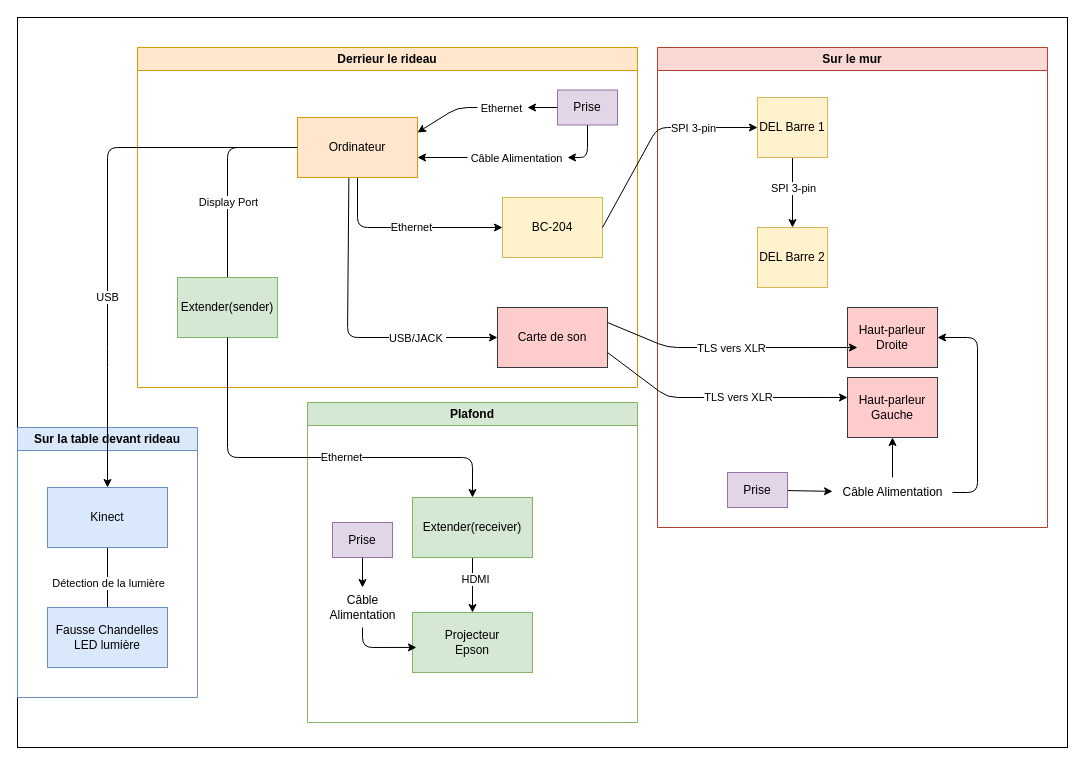
This is test.drawio from tim-montmorency/momo_modele-site-projet-etudiant_25-26, a draw.io file, before an edit. Source tidied: cells renumbered, new cells numbered last; positions are measured from the earlier drawing's top-left corner, leaving out a move shared by most shapes. Both pictures are drawn from the tidied source at 100%, with x=0, y=0 at pixel (17, 17).
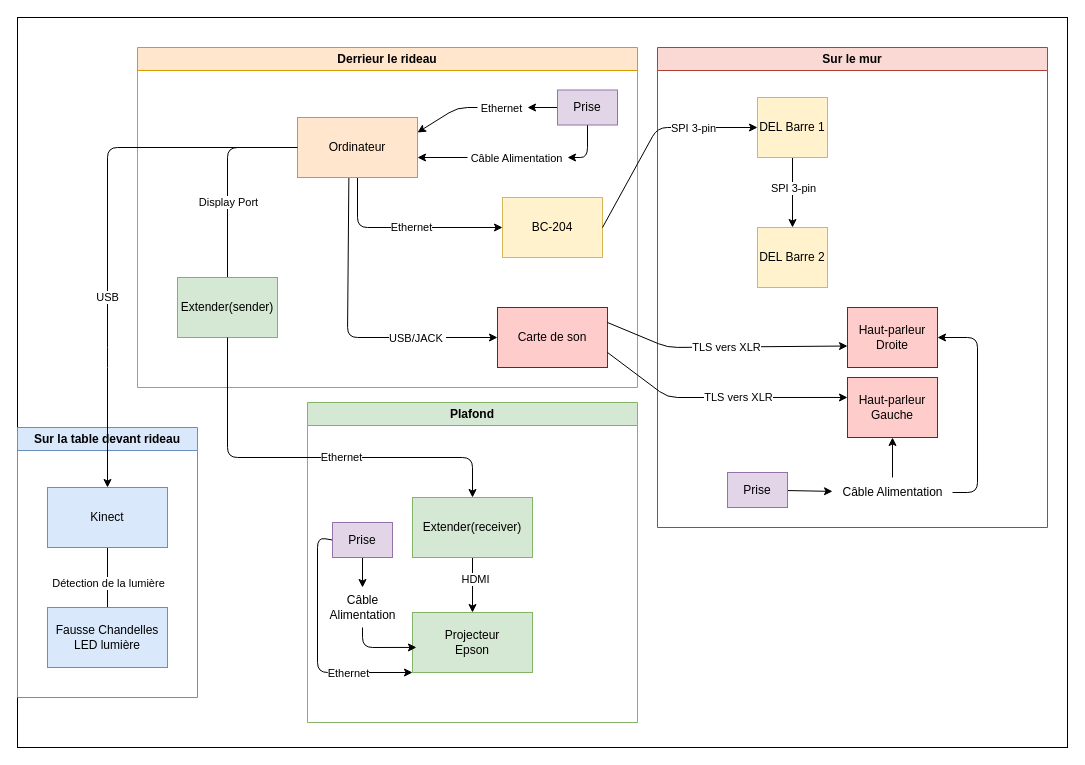
Above is the later version.

The change refers to these unchanged cells:
```xml
<mxCell id="11" value="Carte de son" style="rounded=0;whiteSpace=wrap;html=1;fillColor=#ffcccc;strokeColor=#36393d;" parent="3" vertex="1">
  <mxGeometry x="360" y="260" width="110" height="60" as="geometry" />
</mxCell>
<mxCell id="24" value="Plafond" style="swimlane;whiteSpace=wrap;html=1;fillColor=#d5e8d4;strokeColor=#82b366;" parent="1" vertex="1">
  <mxGeometry x="290" y="385" width="330" height="320" as="geometry" />
</mxCell>
<mxCell id="25" value="Projecteur&lt;div&gt;Epson&lt;/div&gt;" style="rounded=0;whiteSpace=wrap;html=1;fillColor=#d5e8d4;strokeColor=#82b366;" parent="24" vertex="1">
  <mxGeometry x="105" y="210" width="120" height="60" as="geometry" />
</mxCell>
<mxCell id="32" value="Prise" style="rounded=0;whiteSpace=wrap;html=1;fillColor=#e1d5e7;strokeColor=#9673a6;" parent="24" vertex="1">
  <mxGeometry x="25" y="120" width="60" height="35" as="geometry" />
</mxCell>
<mxCell id="38" value="Haut-parleur Droite" style="rounded=0;whiteSpace=wrap;html=1;fillColor=#ffcccc;strokeColor=#36393d;" parent="33" vertex="1">
  <mxGeometry x="190" y="260" width="90" height="60" as="geometry" />
</mxCell>
```

Change to the diagram source:
```diff
@@
+    <mxCell id="57" style="edgeStyle=none;html=1;entryX=0;entryY=1;entryDx=0;entryDy=0;exitX=0;exitY=0.5;exitDx=0;exitDy=0;" parent="24" edge="1" source="32" target="25">
+      <mxGeometry relative="1" as="geometry">
+        <Array as="points">
+          <mxPoint x="10" y="135" />
+          <mxPoint x="10" y="270" />
+        </Array>
+      </mxGeometry>
+    </mxCell>
+    <mxCell id="58" value="Ethernet" style="edgeLabel;html=1;align=center;verticalAlign=middle;" parent="57" vertex="1">
+      <mxGeometry x="0.48" y="-2" relative="1" as="geometry">
+        <mxPoint y="-2" as="offset" />
+      </mxGeometry>
+    </mxCell>
@@
-    <mxCell id="47" style="edgeStyle=none;html=1;entryX=0.111;entryY=0.667;entryDx=0;entryDy=0;entryPerimeter=0;exitX=1;exitY=0.25;exitDx=0;exitDy=0;" parent="1" edge="1" source="11" target="38">
+    <mxCell id="47" style="edgeStyle=none;html=1;entryX=0;entryY=0.642;entryDx=0;entryDy=0;entryPerimeter=0;exitX=1;exitY=0.25;exitDx=0;exitDy=0;" parent="1" edge="1" source="11" target="38">
       <mxGeometry relative="1" as="geometry">
         <Array as="points">
           <mxPoint x="650" y="330" />
         </Array>
       </mxGeometry>
     </mxCell>
```
